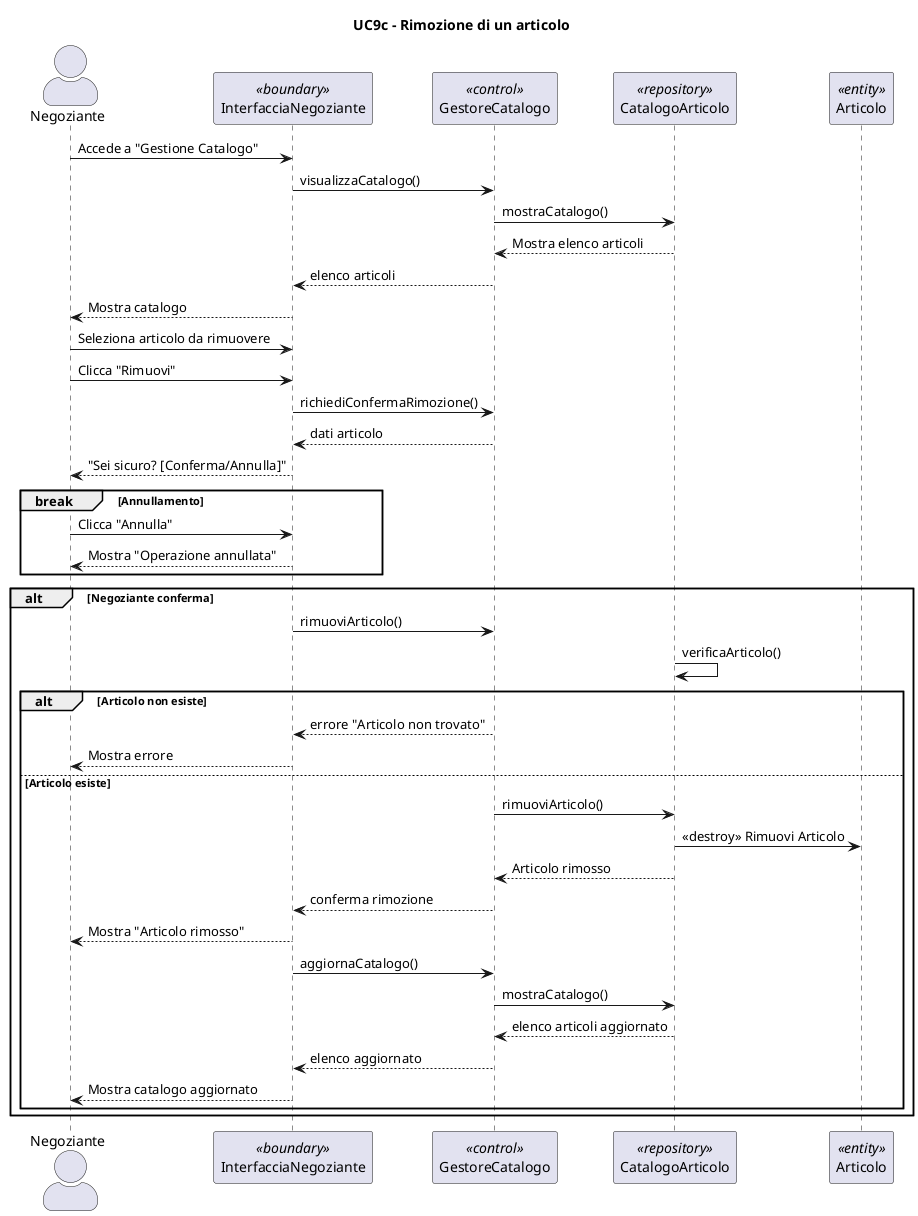
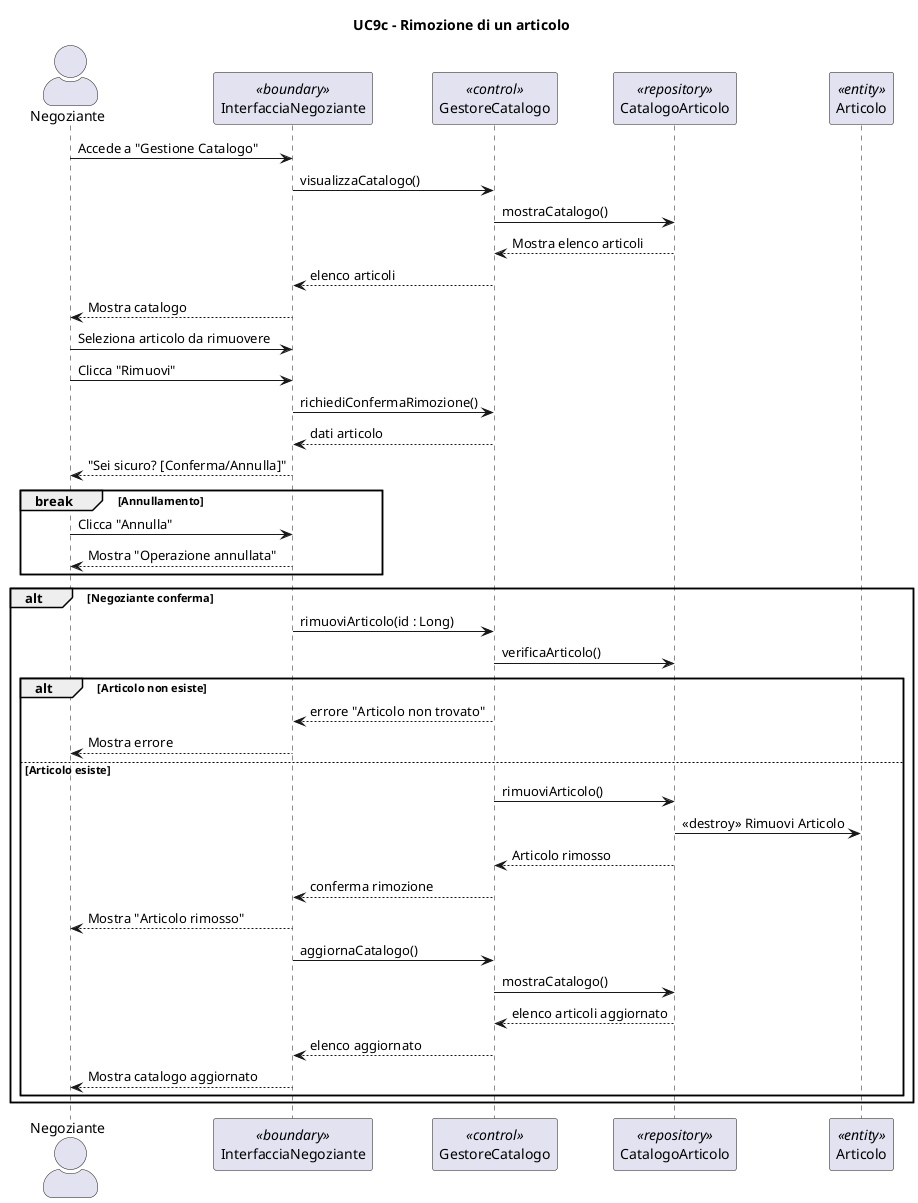
@startuml
title UC9c - Rimozione di un articolo
skinparam actorStyle awesome
actor "Negoziante" as N
participant "InterfacciaNegoziante" as IN <<boundary>>
participant "GestoreCatalogo" as G <<control>>
participant "CatalogoArticolo" as CA <<repository>>
participant "Articolo" as Articolo <<entity>>

N -> IN: Accede a "Gestione Catalogo"
IN -> G: visualizzaCatalogo()
G -> CA: mostraCatalogo()
CA --> G: Mostra elenco articoli
G --> IN: elenco articoli
IN --> N: Mostra catalogo

N -> IN: Seleziona articolo da rimuovere
N -> IN: Clicca "Rimuovi"

IN -> G: richiediConfermaRimozione()
G --> IN: dati articolo
IN --> N: "Sei sicuro? [Conferma/Annulla]"

break Annullamento
    N -> IN: Clicca "Annulla"
    IN --> N: Mostra "Operazione annullata"
end
alt Negoziante conferma
-     IN -> G: rimuoviArticolo()
-     CA -> CA: verificaArticolo()
+     IN -> G: rimuoviArticolo(id : Long)
+     G -> CA: verificaArticolo()
    alt Articolo non esiste
        G --> IN: errore "Articolo non trovato"
        IN --> N: Mostra errore

    else Articolo esiste
    G -> CA: rimuoviArticolo()
    CA -> Articolo: <<destroy>> Rimuovi Articolo
    CA --> G: Articolo rimosso
    G --> IN: conferma rimozione
    IN --> N: Mostra "Articolo rimosso"
            IN -> G: aggiornaCatalogo()
        G -> CA: mostraCatalogo()
        CA --> G: elenco articoli aggiornato
        G --> IN: elenco aggiornato
        IN --> N: Mostra catalogo aggiornato

    end
- end+ end
